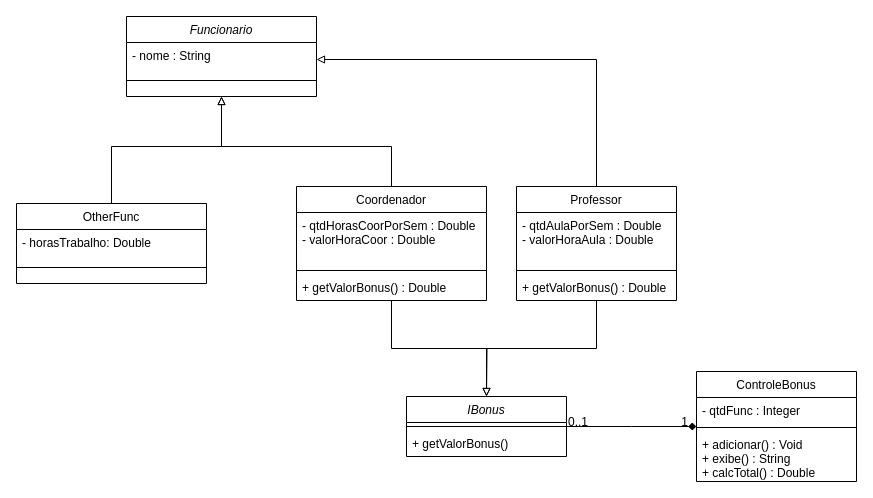
Before: Estrutura de Dados/Diagrama sem nome.drawio in Sant-Thiago/Estudos, a draw.io diagram. Source tidied: cells renumbered, new cells numbered last; positions are measured from the earlier drawing's top-left corner, leaving out a move shared by most shapes. Both pictures are drawn from the tidied source at 100%, with x=0, y=0 at pixel (16, 16).
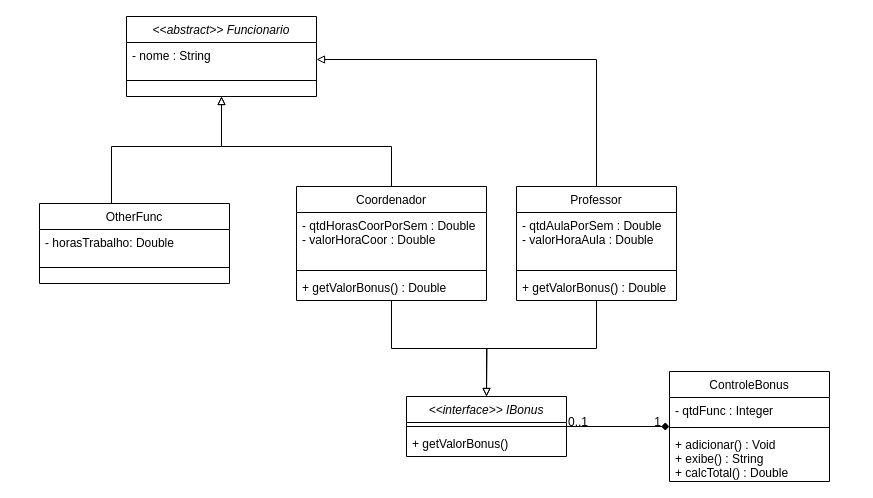
Above is the later version.

Commit message:
organizando classes

The edit, as a diff of the source:
```diff
@@
-    <mxCell id="3" value="IBonus&#10;" style="swimlane;fontStyle=2;align=center;verticalAlign=top;horizontal=1;startSize=26;rounded=0;shadow=0;strokeWidth=1;" parent="1" vertex="1">
+    <mxCell id="3" value="&lt;&lt;interface&gt;&gt; IBonus&#10;" style="swimlane;fontStyle=2;align=center;verticalAlign=top;horizontal=1;startSize=26;rounded=0;shadow=0;strokeWidth=1;" parent="1" vertex="1">
       <mxGeometry x="390" y="380" width="160" height="60" as="geometry" />
     </mxCell>
@@
     <mxCell id="11" value="ControleBonus" style="swimlane;fontStyle=0;align=center;verticalAlign=top;horizontal=1;startSize=26;rounded=0;shadow=0;strokeWidth=1;" parent="1" vertex="1">
-      <mxGeometry x="680" y="355" width="160" height="110" as="geometry" />
+      <mxGeometry x="653" y="355" width="160" height="110" as="geometry" />
     </mxCell>
@@
-    <mxCell id="24" value="Funcionario" style="swimlane;fontStyle=2;align=center;verticalAlign=top;horizontal=1;startSize=26;rounded=0;shadow=0;strokeWidth=1;" parent="1" vertex="1">
+    <mxCell id="24" value="&lt;&lt;abstract&gt;&gt; Funcionario" style="swimlane;fontStyle=2;align=center;verticalAlign=top;horizontal=1;startSize=26;rounded=0;shadow=0;strokeWidth=1;" parent="1" vertex="1">
       <mxGeometry x="110" width="190" height="80" as="geometry" />
     </mxCell>
@@
     <mxCell id="28" value="OtherFunc" style="swimlane;fontStyle=0;align=center;verticalAlign=top;horizontal=1;startSize=26;rounded=0;shadow=0;strokeWidth=1;" parent="1" vertex="1">
-      <mxGeometry y="187" width="190" height="80" as="geometry" />
+      <mxGeometry x="23" y="187" width="190" height="80" as="geometry" />
     </mxCell>
```
